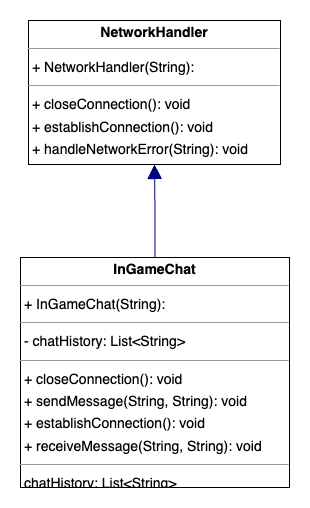
Before: iteration1_deliverables/class_structure_diagrams/InGameChat_structure.png, a diagram exported from draw.io (SarimEkram/Multiplayer-Board-platform). Source tidied: cells renumbered, new cells last; positions are measured from the earlier drawing's top-left corner, leaving out a move shared by most shapes.
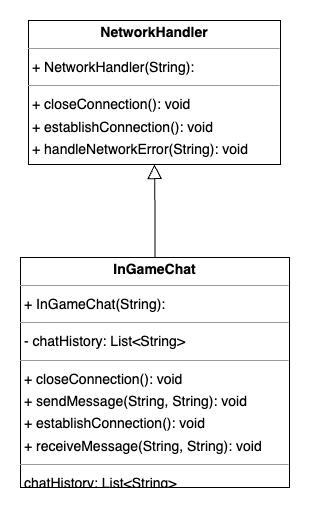
After the commit.

Commit message:
corrected background for In_chat and game networking class diagrams

The edit, as a diff of the source:
```diff
@@ -8,7 +8,7 @@
     <mxCell id="3" value="&lt;p style=&quot;margin:0px;margin-top:4px;text-align:center;&quot;&gt;&lt;b&gt;NetworkHandler&lt;/b&gt;&lt;/p&gt;&lt;hr size=&quot;1&quot;/&gt;&lt;p style=&quot;margin:0 0 0 4px;line-height:1.6;&quot;&gt;+ NetworkHandler(String): &lt;/p&gt;&lt;hr size=&quot;1&quot;/&gt;&lt;p style=&quot;margin:0 0 0 4px;line-height:1.6;&quot;&gt;+ closeConnection(): void&lt;br/&gt;+ establishConnection(): void&lt;br/&gt;+ handleNetworkError(String): void&lt;/p&gt;" style="verticalAlign=top;align=left;overflow=fill;fontSize=14;fontFamily=Helvetica;html=1;rounded=0;shadow=0;comic=0;labelBackgroundColor=none;strokeWidth=1;" parent="1" vertex="1">
       <mxGeometry x="8" width="252" height="144" as="geometry" />
     </mxCell>
-    <mxCell id="4" style="html=1;rounded=1;edgeStyle=orthogonalEdgeStyle;dashed=0;startArrow=none;endArrow=block;endSize=12;strokeColor=#000082;exitX=0.500;exitY=0.000;exitDx=0;exitDy=0;entryX=0.500;entryY=1.000;entryDx=0;entryDy=0;" parent="1" edge="1" source="2" target="3">
+    <mxCell id="4" style="html=1;rounded=1;edgeStyle=orthogonalEdgeStyle;dashed=0;startArrow=none;endArrow=block;endSize=12;strokeColor=#000000;exitX=0.500;exitY=0.000;exitDx=0;exitDy=0;entryX=0.500;entryY=1.000;entryDx=0;entryDy=0;endFill=0;" parent="1" edge="1" source="2" target="3">
       <mxGeometry relative="1" as="geometry" />
     </mxCell>
   </root>
```
